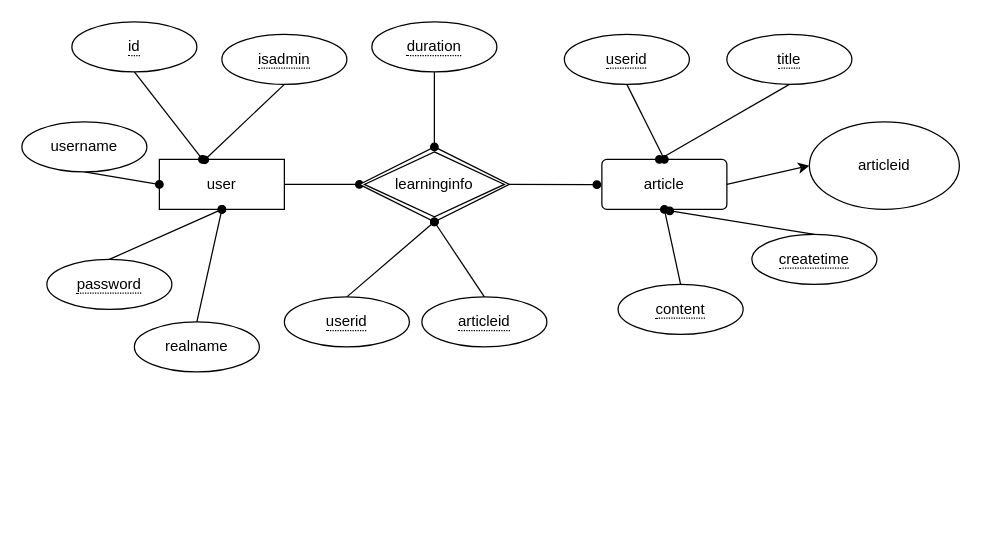
Above: Untitled Diagram.drawio in suckitfa/- (draw.io), before the change. Source tidied: cells renumbered, new cells numbered last; positions are measured from the earlier drawing's top-left corner, leaving out a move shared by most shapes. Both pictures are drawn from the tidied source at 125%, with x=0, y=0 at pixel (21, 21).
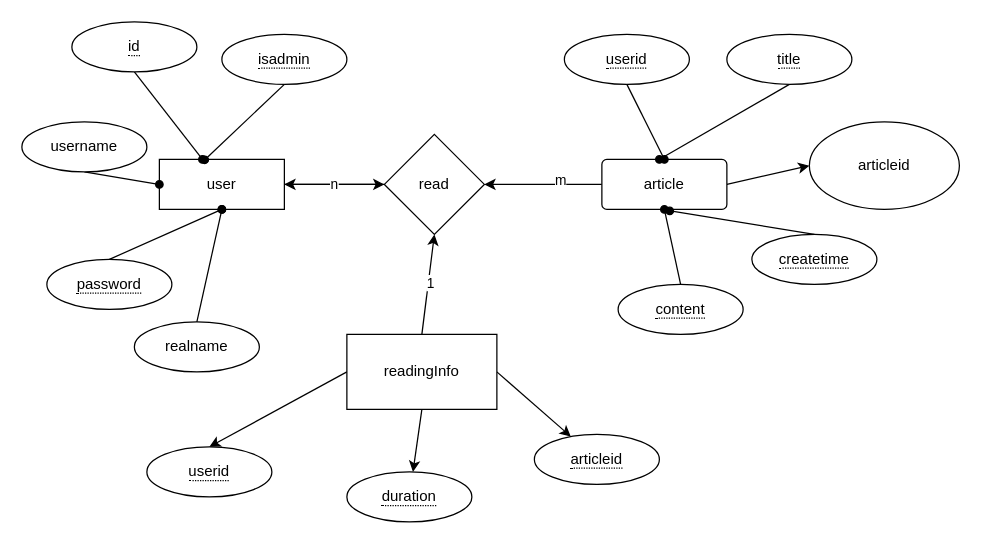
The same diagram, later.

Unchanged cells that the change refers to:
```xml
<mxCell id="4" value="user" style="whiteSpace=wrap;html=1;align=center;" parent="1" vertex="1">
  <mxGeometry x="110" y="110" width="100" height="40" as="geometry" />
</mxCell>
<mxCell id="11" value="article" style="rounded=1;arcSize=10;whiteSpace=wrap;html=1;align=center;" parent="1" vertex="1">
  <mxGeometry x="464" y="110" width="100" height="40" as="geometry" />
</mxCell>
```

Change to the diagram source:
```diff
@@
-    <mxCell id="3" style="edgeStyle=none;rounded=0;jettySize=auto;html=1;exitX=1;exitY=0.5;exitDx=0;exitDy=0;entryX=0;entryY=0.5;entryDx=0;entryDy=0;endArrow=oval;endFill=1;" parent="1" edge="1" source="4" target="21">
-      <mxGeometry relative="1" as="geometry" />
-    </mxCell>
+    <mxCell id="33" style="edgeStyle=orthogonalEdgeStyle;rounded=0;jettySize=auto;html=1;exitX=1;exitY=0.5;exitDx=0;exitDy=0;entryX=0;entryY=0.5;entryDx=0;entryDy=0;" parent="1" edge="1" source="4" target="37">
+      <mxGeometry relative="1" as="geometry" />
+    </mxCell>
@@
+    <mxCell id="34" style="edgeStyle=orthogonalEdgeStyle;rounded=0;jettySize=auto;html=1;exitX=0;exitY=0.5;exitDx=0;exitDy=0;entryX=1;entryY=0.5;entryDx=0;entryDy=0;" parent="1" edge="1" source="11" target="37">
+      <mxGeometry relative="1" as="geometry" />
+    </mxCell>
+    <mxCell id="35" value="m" style="edgeLabel;html=1;align=center;verticalAlign=middle;" parent="34" vertex="1">
+      <mxGeometry x="-0.27" y="-4" relative="1" as="geometry" />
+    </mxCell>
@@
-    <mxCell id="20" style="edgeStyle=none;rounded=0;jettySize=auto;html=1;exitX=1;exitY=0.5;exitDx=0;exitDy=0;endArrow=oval;endFill=1;" parent="1" edge="1" source="21">
-      <mxGeometry relative="1" as="geometry">
-        <mxPoint x="460" y="130.2" as="targetPoint" />
-      </mxGeometry>
-    </mxCell>
-    <mxCell id="21" value="learninginfo" style="shape=rhombus;double=1;perimeter=rhombusPerimeter;whiteSpace=wrap;html=1;align=center;" parent="1" vertex="1">
-      <mxGeometry x="270" y="100" width="120" height="60" as="geometry" />
-    </mxCell>
-    <mxCell id="22" style="edgeStyle=none;rounded=0;jettySize=auto;html=1;exitX=0.5;exitY=1;exitDx=0;exitDy=0;entryX=0.5;entryY=0;entryDx=0;entryDy=0;endArrow=oval;endFill=1;" parent="1" edge="1" source="23" target="21">
-      <mxGeometry relative="1" as="geometry" />
-    </mxCell>
     <mxCell id="23" value="&lt;span style=&quot;border-bottom: 1px dotted&quot;&gt;duration&lt;br&gt;&lt;/span&gt;" style="ellipse;whiteSpace=wrap;html=1;align=center;" parent="1" vertex="1">
-      <mxGeometry x="280" width="100" height="40" as="geometry" />
+      <mxGeometry x="260" y="360" width="100" height="40" as="geometry" />
     </mxCell>
-    <mxCell id="24" style="edgeStyle=none;rounded=0;jettySize=auto;html=1;exitX=0.5;exitY=0;exitDx=0;exitDy=0;entryX=0.5;entryY=1;entryDx=0;entryDy=0;endArrow=oval;endFill=1;" parent="1" edge="1" source="25" target="21">
-      <mxGeometry relative="1" as="geometry" />
-    </mxCell>
     <mxCell id="25" value="&lt;span style=&quot;border-bottom: 1px dotted&quot;&gt;userid&lt;/span&gt;" style="ellipse;whiteSpace=wrap;html=1;align=center;" parent="1" vertex="1">
-      <mxGeometry x="210" y="220" width="100" height="40" as="geometry" />
+      <mxGeometry x="100" y="340" width="100" height="40" as="geometry" />
     </mxCell>
-    <mxCell id="26" style="edgeStyle=none;rounded=0;jettySize=auto;html=1;exitX=0.5;exitY=0;exitDx=0;exitDy=0;endArrow=oval;endFill=1;" parent="1" edge="1" source="27">
-      <mxGeometry relative="1" as="geometry">
-        <mxPoint x="330" y="160" as="targetPoint" />
-      </mxGeometry>
-    </mxCell>
     <mxCell id="27" value="&lt;span style=&quot;border-bottom: 1px dotted&quot;&gt;articleid&lt;/span&gt;" style="ellipse;whiteSpace=wrap;html=1;align=center;" parent="1" vertex="1">
-      <mxGeometry x="320" y="220" width="100" height="40" as="geometry" />
+      <mxGeometry x="410" y="330" width="100" height="40" as="geometry" />
     </mxCell>
@@
+    <mxCell id="36" value="n" style="edgeStyle=none;rounded=0;jettySize=auto;html=1;" parent="1" edge="1" source="37" target="4">
+      <mxGeometry relative="1" as="geometry" />
+    </mxCell>
+    <mxCell id="37" value="read" style="rhombus;whiteSpace=wrap;html=1;" parent="1" vertex="1">
+      <mxGeometry x="290" y="90" width="80" height="80" as="geometry" />
+    </mxCell>
+    <mxCell id="38" style="rounded=0;jettySize=auto;html=1;exitX=0.5;exitY=1;exitDx=0;exitDy=0;" parent="1" edge="1" source="43" target="23">
+      <mxGeometry relative="1" as="geometry" />
+    </mxCell>
+    <mxCell id="39" style="edgeStyle=none;rounded=0;jettySize=auto;html=1;exitX=0;exitY=0.5;exitDx=0;exitDy=0;entryX=0.5;entryY=0;entryDx=0;entryDy=0;" parent="1" edge="1" source="43" target="25">
+      <mxGeometry relative="1" as="geometry" />
+    </mxCell>
+    <mxCell id="40" style="edgeStyle=none;rounded=0;jettySize=auto;html=1;exitX=1;exitY=0.5;exitDx=0;exitDy=0;" parent="1" edge="1" source="43" target="27">
+      <mxGeometry relative="1" as="geometry" />
+    </mxCell>
+    <mxCell id="41" style="edgeStyle=none;rounded=0;jettySize=auto;html=1;exitX=0.5;exitY=0;exitDx=0;exitDy=0;entryX=0.5;entryY=1;entryDx=0;entryDy=0;" parent="1" edge="1" source="43" target="37">
+      <mxGeometry relative="1" as="geometry" />
+    </mxCell>
+    <mxCell id="42" value="1" style="edgeLabel;html=1;align=center;verticalAlign=middle;" parent="41" vertex="1">
+      <mxGeometry x="0.01" y="-1" relative="1" as="geometry">
+        <mxPoint y="-1" as="offset" />
+      </mxGeometry>
+    </mxCell>
+    <mxCell id="43" value="readingInfo" style="rounded=0;whiteSpace=wrap;html=1;" parent="1" vertex="1">
+      <mxGeometry x="260" y="250" width="120" height="60" as="geometry" />
+    </mxCell>
```
